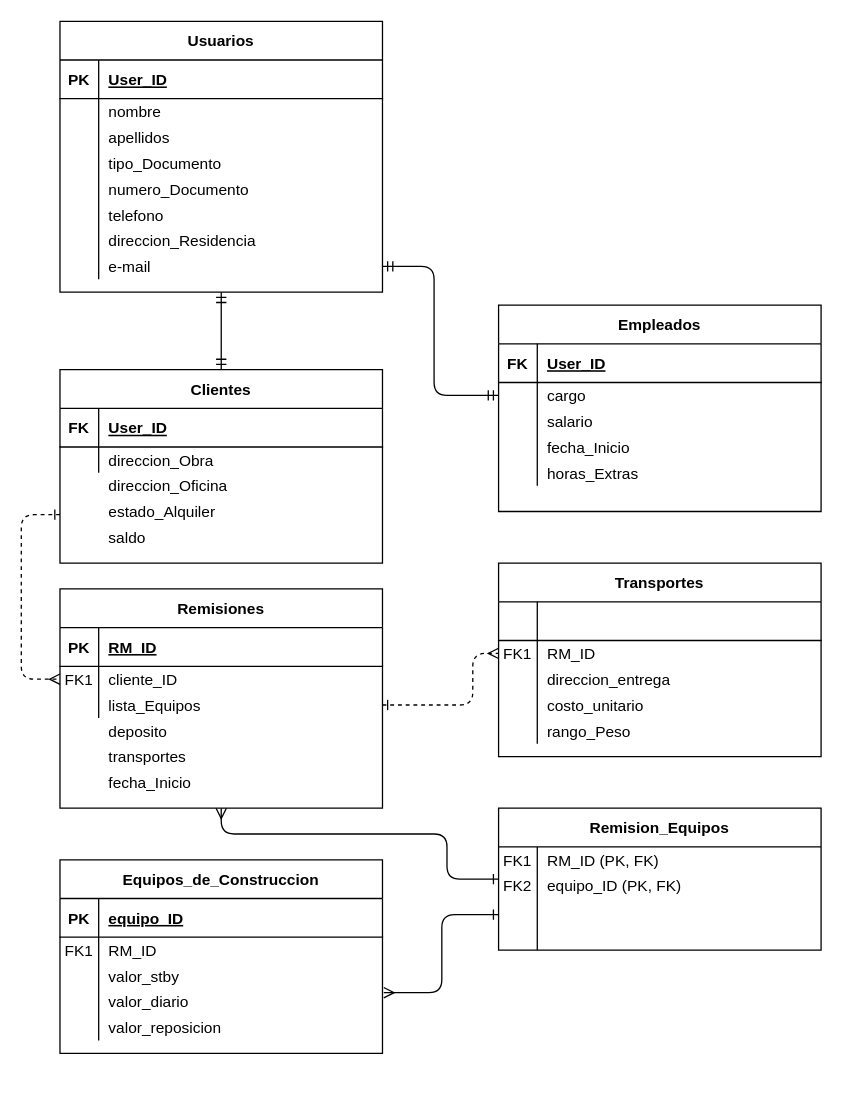
Before: Untitled Diagram.drawio in culciambo/hyperblog, a draw.io diagram. Source tidied: cells renumbered, new cells numbered last; positions are measured from the earlier drawing's top-left corner, leaving out a move shared by most shapes. Both pictures are drawn from the tidied source at 129%, with x=0, y=0 at pixel (21, 21).
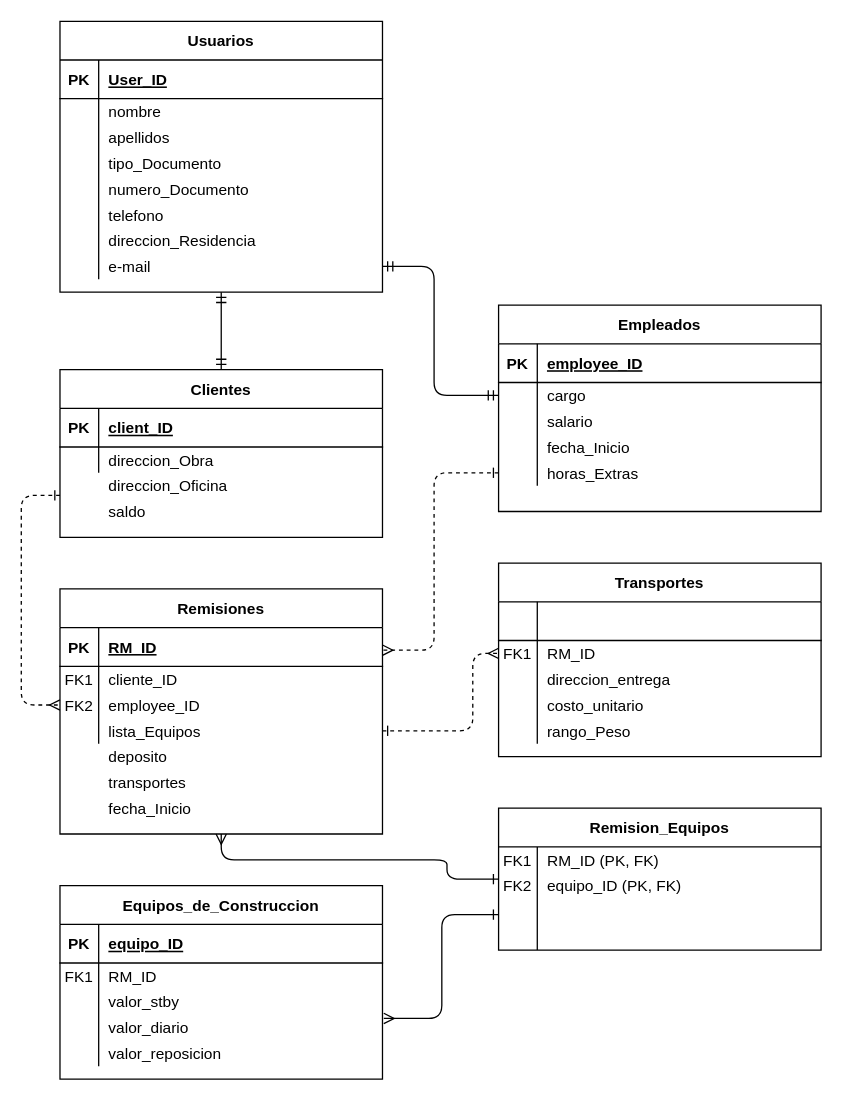
Above is the later version.

The change refers to these unchanged cells:
```xml
<mxCell id="19" style="shape=partialRectangle;fillColor=none;top=0;left=0;right=0;bottom=1;" parent="18" vertex="1">
  <mxGeometry y="30" width="250" height="30" as="geometry" />
</mxCell>
<mxCell id="85" value="Remision_Equipos" style="shape=table;startSize=30;childLayout=tableLayout;rowLines=0;fontStyle=1;align=center;" parent="1" vertex="1">
  <mxGeometry x="370" y="610" width="250" height="110" as="geometry" />
</mxCell>
<mxCell id="100" style="shape=partialRectangle;fillColor=none;top=0;left=0;right=0;bottom=1;" parent="99" vertex="1">
  <mxGeometry y="30" width="250" height="30" as="geometry" />
</mxCell>
<mxCell id="112" style="shape=partialRectangle;fillColor=none;points=[[0,0.5],[1,0.5]];portConstraint=eastwest;top=0;left=0;right=0;bottom=0;" parent="99" vertex="1">
  <mxGeometry y="120" width="250" height="20" as="geometry" />
</mxCell>
```

Change to the diagram source:
```diff
@@
     <mxCell id="18" value="Clientes" style="shape=table;startSize=30;childLayout=tableLayout;rowLines=0;fontStyle=1;align=center;gradientColor=#ffffff;" parent="1" vertex="1">
-      <mxGeometry x="30" y="270" width="250" height="150" as="geometry" />
+      <mxGeometry x="30" y="270" width="250" height="130" as="geometry" />
     </mxCell>
@@
-    <mxCell id="20" value="FK" style="shape=partialRectangle;overflow=hidden;fillColor=none;top=0;left=0;bottom=0;right=0;fontStyle=1;" parent="19" vertex="1">
+    <mxCell id="20" value="PK" style="shape=partialRectangle;overflow=hidden;fillColor=none;top=0;left=0;bottom=0;right=0;fontStyle=1;" parent="19" vertex="1">
       <mxGeometry width="30" height="30" as="geometry" />
     </mxCell>
-    <mxCell id="21" value="User_ID" style="shape=partialRectangle;overflow=hidden;fillColor=none;top=0;left=0;bottom=0;right=0;align=left;spacingLeft=6;fontStyle=5;" parent="19" vertex="1">
+    <mxCell id="21" value="client_ID" style="shape=partialRectangle;overflow=hidden;fillColor=none;top=0;left=0;bottom=0;right=0;align=left;spacingLeft=6;fontStyle=5;" parent="19" vertex="1">
       <mxGeometry x="30" width="220" height="30" as="geometry" />
     </mxCell>
@@
-    <mxCell id="26" value="estado_Alquiler" style="shape=partialRectangle;overflow=hidden;fillColor=none;top=0;left=0;bottom=0;right=0;align=left;spacingLeft=6;" parent="1" vertex="1">
+    <mxCell id="26" style="shape=partialRectangle;overflow=hidden;fillColor=none;top=0;left=0;bottom=0;right=0;align=left;spacingLeft=6;" parent="1" vertex="1">
       <mxGeometry x="60" y="370" width="220" height="20" as="geometry" />
     </mxCell>
     <mxCell id="27" value="saldo" style="shape=partialRectangle;overflow=hidden;fillColor=none;top=0;left=0;bottom=0;right=0;align=left;spacingLeft=6;" parent="1" vertex="1">
-      <mxGeometry x="60" y="390" width="220" height="20" as="geometry" />
+      <mxGeometry x="60" y="370" width="220" height="20" as="geometry" />
     </mxCell>
     <mxCell id="28" value="Remisiones" style="shape=table;startSize=30;childLayout=tableLayout;rowLines=0;fontStyle=1;align=center;" parent="1" vertex="1">
-      <mxGeometry x="30" y="440" width="250" height="170" as="geometry" />
+      <mxGeometry x="30" y="440" width="250" height="190" as="geometry" />
     </mxCell>
@@
+    <mxCell id="117" style="shape=partialRectangle;fillColor=none;top=0;left=0;right=0;bottom=0;" parent="28" vertex="1">
+      <mxGeometry y="60" width="250" height="20" as="geometry" />
+    </mxCell>
+    <mxCell id="118" value="FK1" style="shape=partialRectangle;overflow=hidden;fillColor=none;top=0;left=0;bottom=0;right=0;" parent="117" vertex="1">
+      <mxGeometry width="30" height="20" as="geometry" />
+    </mxCell>
+    <mxCell id="119" value="cliente_ID" style="shape=partialRectangle;overflow=hidden;fillColor=none;top=0;left=0;bottom=0;right=0;align=left;spacingLeft=6;" parent="117" vertex="1">
+      <mxGeometry x="30" width="220" height="20" as="geometry" />
+    </mxCell>
     <mxCell id="32" style="shape=partialRectangle;fillColor=none;points=[[0,0.5],[1,0.5]];portConstraint=eastwest;top=0;left=0;right=0;bottom=0;" parent="28" vertex="1">
-      <mxGeometry y="60" width="250" height="20" as="geometry" />
+      <mxGeometry y="80" width="250" height="20" as="geometry" />
     </mxCell>
-    <mxCell id="33" value="FK1" style="shape=partialRectangle;overflow=hidden;fillColor=none;top=0;left=0;bottom=0;right=0;" parent="32" vertex="1">
+    <mxCell id="33" value="FK2" style="shape=partialRectangle;overflow=hidden;fillColor=none;top=0;left=0;bottom=0;right=0;" parent="32" vertex="1">
       <mxGeometry width="30" height="20" as="geometry" />
     </mxCell>
-    <mxCell id="34" value="cliente_ID" style="shape=partialRectangle;overflow=hidden;fillColor=none;top=0;left=0;bottom=0;right=0;align=left;spacingLeft=6;" parent="32" vertex="1">
+    <mxCell id="34" value="employee_ID" style="shape=partialRectangle;overflow=hidden;fillColor=none;top=0;left=0;bottom=0;right=0;align=left;spacingLeft=6;" parent="32" vertex="1">
       <mxGeometry x="30" width="220" height="20" as="geometry" />
     </mxCell>
     <mxCell id="35" style="shape=partialRectangle;fillColor=none;points=[[0,0.5],[1,0.5]];portConstraint=eastwest;top=0;left=0;right=0;bottom=0;" parent="28" vertex="1">
-      <mxGeometry y="80" width="250" height="20" as="geometry" />
+      <mxGeometry y="100" width="250" height="20" as="geometry" />
     </mxCell>
@@
     <mxCell id="38" value="deposito" style="shape=partialRectangle;overflow=hidden;fillColor=none;top=0;left=0;bottom=0;right=0;align=left;spacingLeft=6;" parent="1" vertex="1">
-      <mxGeometry x="60" y="540" width="220" height="20" as="geometry" />
+      <mxGeometry x="60" y="560" width="220" height="20" as="geometry" />
     </mxCell>
     <mxCell id="39" value="transportes" style="shape=partialRectangle;overflow=hidden;fillColor=none;top=0;left=0;bottom=0;right=0;align=left;spacingLeft=6;" parent="1" vertex="1">
-      <mxGeometry x="60" y="560" width="220" height="20" as="geometry" />
+      <mxGeometry x="60" y="580" width="220" height="20" as="geometry" />
     </mxCell>
@@
     <mxCell id="68" value="Equipos_de_Construccion" style="shape=table;startSize=30;childLayout=tableLayout;rowLines=0;fontStyle=1;align=center;" parent="1" vertex="1">
-      <mxGeometry x="30" y="650" width="250" height="150" as="geometry" />
+      <mxGeometry x="30" y="670" width="250" height="150" as="geometry" />
     </mxCell>
@@
     <mxCell id="84" style="fontSize=12;html=1;endArrow=ERmany;startArrow=ERone;entryX=0.5;entryY=1;entryDx=0;entryDy=0;exitX=0;exitY=0.5;exitDx=0;exitDy=0;startFill=0;endFill=0;edgeStyle=orthogonalEdgeStyle;" parent="1" edge="1" source="85" target="28">
       <mxGeometry relative="1" as="geometry">
         <Array as="points">
           <mxPoint x="330" y="665" />
-          <mxPoint x="330" y="630" />
-          <mxPoint x="155" y="630" />
+          <mxPoint x="330" y="650" />
+          <mxPoint x="155" y="650" />
         </Array>
       </mxGeometry>
     </mxCell>
@@
-    <mxCell id="101" value="FK" style="shape=partialRectangle;overflow=hidden;fillColor=none;top=0;left=0;bottom=0;right=0;fontStyle=1;" parent="100" vertex="1">
+    <mxCell id="101" value="PK" style="shape=partialRectangle;overflow=hidden;fillColor=none;top=0;left=0;bottom=0;right=0;fontStyle=1;" parent="100" vertex="1">
       <mxGeometry width="30" height="30" as="geometry" />
     </mxCell>
-    <mxCell id="102" value="User_ID" style="shape=partialRectangle;overflow=hidden;fillColor=none;top=0;left=0;bottom=0;right=0;align=left;spacingLeft=6;fontStyle=5;" parent="100" vertex="1">
+    <mxCell id="102" value="employee_ID" style="shape=partialRectangle;overflow=hidden;fillColor=none;top=0;left=0;bottom=0;right=0;align=left;spacingLeft=6;fontStyle=5;" parent="100" vertex="1">
       <mxGeometry x="30" width="220" height="30" as="geometry" />
     </mxCell>
@@
     <mxCell id="115" value="fecha_Inicio" style="shape=partialRectangle;overflow=hidden;fillColor=none;top=0;left=0;bottom=0;right=0;align=left;spacingLeft=6;" parent="1" vertex="1">
-      <mxGeometry x="60" y="580" width="220" height="20" as="geometry" />
+      <mxGeometry x="60" y="600" width="220" height="20" as="geometry" />
     </mxCell>
@@
+    <mxCell id="120" style="edgeStyle=elbowEdgeStyle;fontSize=12;html=1;endArrow=ERmany;startArrow=ERone;entryX=1;entryY=0.25;entryDx=0;entryDy=0;exitX=0;exitY=0.5;exitDx=0;exitDy=0;startFill=0;dashed=1;endFill=0;" parent="1" edge="1" source="112" target="28">
+      <mxGeometry relative="1" as="geometry">
+        <Array as="points">
+          <mxPoint x="320" y="390" />
+          <mxPoint x="305" y="442.5" />
+        </Array>
+      </mxGeometry>
+    </mxCell>
```
